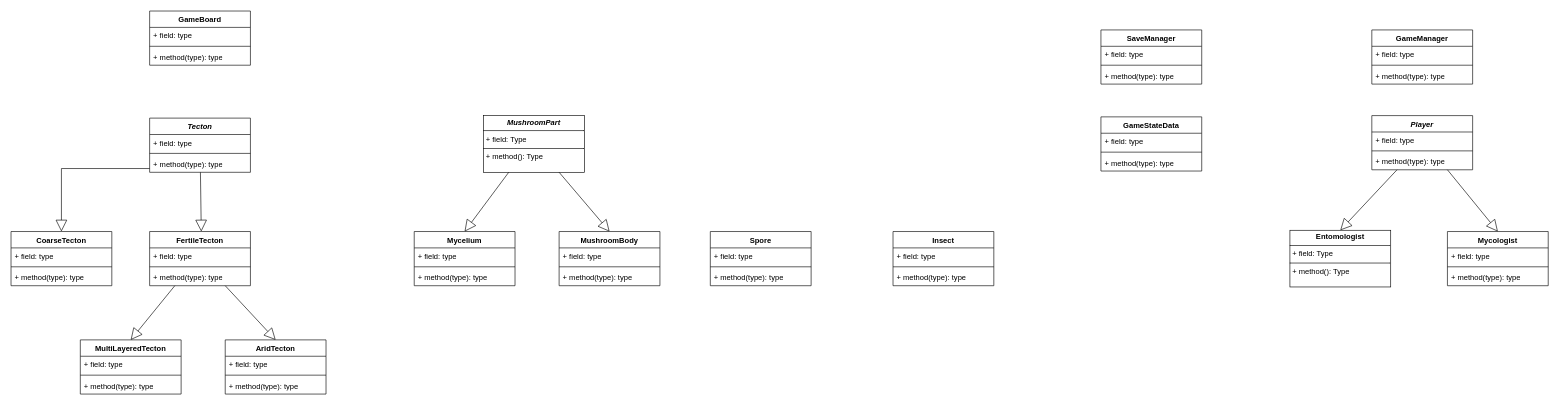
The draw.io diagram Fungrorium_ClassDiagram.drawio in koharzsombor/bandITs, before the edit. Source tidied: cells renumbered, new cells numbered last; positions are measured from the earlier drawing's top-left corner, leaving out a move shared by most shapes. Both pictures are drawn from the tidied source at 63%, with x=0, y=0 at pixel (11, 11).
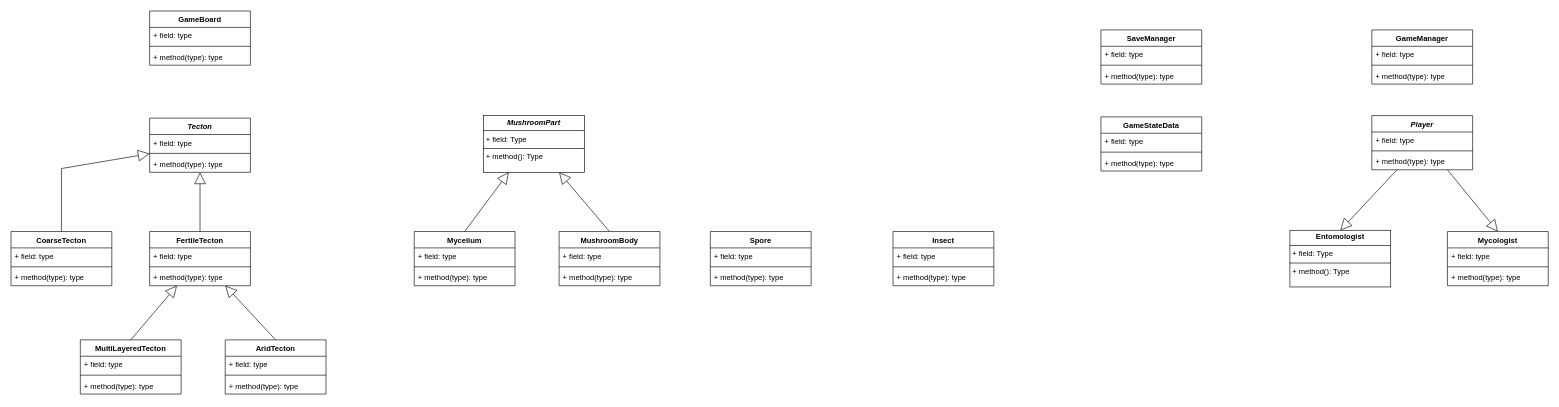
After the change.

Commit message:
#8 Statikus diagramm frissitve

The change refers to these unchanged cells:
```xml
<mxCell id="2" value="&lt;i&gt;Tecton&lt;/i&gt;" style="swimlane;fontStyle=1;align=center;verticalAlign=top;horizontal=1;startSize=26;whiteSpace=wrap;html=1;" parent="1" vertex="1">
  <mxGeometry x="220" y="170" width="160" height="86" as="geometry" />
</mxCell>
<mxCell id="6" value="CoarseTecton" style="swimlane;fontStyle=1;align=center;verticalAlign=top;horizontal=1;startSize=26;whiteSpace=wrap;html=1;" parent="1" vertex="1">
  <mxGeometry y="350" width="160" height="86" as="geometry" />
</mxCell>
<mxCell id="10" value="FertileTecton" style="swimlane;fontStyle=1;align=center;verticalAlign=top;horizontal=1;startSize=26;whiteSpace=wrap;html=1;" parent="1" vertex="1">
  <mxGeometry x="220" y="350" width="160" height="86" as="geometry" />
</mxCell>
<mxCell id="16" value="MultiLayeredTecton" style="swimlane;fontStyle=1;align=center;verticalAlign=top;horizontal=1;startSize=26;whiteSpace=wrap;html=1;" parent="1" vertex="1">
  <mxGeometry x="110" y="522" width="160" height="86" as="geometry" />
</mxCell>
<mxCell id="20" value="AridTecton" style="swimlane;fontStyle=1;align=center;verticalAlign=top;horizontal=1;startSize=26;whiteSpace=wrap;html=1;" parent="1" vertex="1">
  <mxGeometry x="340" y="522" width="160" height="86" as="geometry" />
</mxCell>
<mxCell id="26" value="&lt;p style=&quot;margin:0px;margin-top:4px;text-align:center;&quot;&gt;&lt;b&gt;&lt;i&gt;MushroomPart&lt;/i&gt;&lt;/b&gt;&lt;/p&gt;&lt;hr size=&quot;1&quot; style=&quot;border-style:solid;&quot;&gt;&lt;p style=&quot;margin:0px;margin-left:4px;&quot;&gt;+ field: Type&lt;/p&gt;&lt;hr size=&quot;1&quot; style=&quot;border-style:solid;&quot;&gt;&lt;p style=&quot;margin:0px;margin-left:4px;&quot;&gt;+ method(): Type&lt;/p&gt;" style="verticalAlign=top;align=left;overflow=fill;html=1;whiteSpace=wrap;" parent="1" vertex="1">
  <mxGeometry x="750" y="166" width="160" height="90" as="geometry" />
</mxCell>
<mxCell id="28" value="Mycelium" style="swimlane;fontStyle=1;align=center;verticalAlign=top;horizontal=1;startSize=26;whiteSpace=wrap;html=1;" parent="1" vertex="1">
  <mxGeometry x="640" y="350" width="160" height="86" as="geometry" />
</mxCell>
<mxCell id="32" value="MushroomBody" style="swimlane;fontStyle=1;align=center;verticalAlign=top;horizontal=1;startSize=26;whiteSpace=wrap;html=1;" parent="1" vertex="1">
  <mxGeometry x="870" y="350" width="160" height="86" as="geometry" />
</mxCell>
```

The edit, as a diff of the source:
```diff
@@
-    <mxCell id="14" style="endArrow=block;endSize=16;endFill=0;html=1;rounded=0;entryX=0.5;entryY=0;entryDx=0;entryDy=0;" parent="1" edge="1" target="6">
+    <mxCell id="14" style="endArrow=block;endSize=16;endFill=0;html=1;rounded=0;exitX=0.5;exitY=0;exitDx=0;exitDy=0;" parent="1" edge="1" source="6" target="2">
       <mxGeometry relative="1" as="geometry">
-        <mxPoint x="220" y="250" as="sourcePoint" />
         <Array as="points">
           <mxPoint x="80" y="250" />
         </Array>
       </mxGeometry>
     </mxCell>
-    <mxCell id="15" style="endArrow=block;endSize=16;endFill=0;html=1;rounded=0;" parent="1" edge="1" source="2">
-      <mxGeometry relative="1" as="geometry">
-        <mxPoint x="302" y="350" as="targetPoint" />
-      </mxGeometry>
+    <mxCell id="15" style="endArrow=block;endSize=16;endFill=0;html=1;rounded=0;exitX=0.5;exitY=0;exitDx=0;exitDy=0;" parent="1" edge="1" source="10" target="2">
+      <mxGeometry relative="1" as="geometry" />
     </mxCell>
@@
-    <mxCell id="24" style="endArrow=block;endSize=16;endFill=0;html=1;rounded=0;entryX=0.5;entryY=0;entryDx=0;entryDy=0;exitX=0.75;exitY=1;exitDx=0;exitDy=0;" parent="1" edge="1" source="10" target="20">
+    <mxCell id="24" style="endArrow=block;endSize=16;endFill=0;html=1;rounded=0;exitX=0.5;exitY=0;exitDx=0;exitDy=0;" parent="1" edge="1" source="20" target="10">
       <mxGeometry relative="1" as="geometry" />
     </mxCell>
-    <mxCell id="25" style="endArrow=block;endSize=16;endFill=0;html=1;rounded=0;entryX=0.5;entryY=0;entryDx=0;entryDy=0;exitX=0.25;exitY=1;exitDx=0;exitDy=0;" parent="1" edge="1" source="10" target="16">
+    <mxCell id="25" style="endArrow=block;endSize=16;endFill=0;html=1;rounded=0;exitX=0.5;exitY=0;exitDx=0;exitDy=0;" parent="1" edge="1" source="16" target="10">
       <mxGeometry relative="1" as="geometry" />
     </mxCell>
@@
-    <mxCell id="36" style="endArrow=block;endSize=16;endFill=0;html=1;rounded=0;entryX=0.5;entryY=0;entryDx=0;entryDy=0;exitX=0.75;exitY=1;exitDx=0;exitDy=0;" parent="1" edge="1" source="26" target="32">
+    <mxCell id="36" style="endArrow=block;endSize=16;endFill=0;html=1;rounded=0;exitX=0.5;exitY=0;exitDx=0;exitDy=0;entryX=0.75;entryY=1;entryDx=0;entryDy=0;" parent="1" edge="1" source="32" target="26">
       <mxGeometry relative="1" as="geometry" />
     </mxCell>
-    <mxCell id="37" style="endArrow=block;endSize=16;endFill=0;html=1;rounded=0;entryX=0.5;entryY=0;entryDx=0;entryDy=0;exitX=0.25;exitY=1;exitDx=0;exitDy=0;" parent="1" edge="1" source="26" target="28">
+    <mxCell id="37" style="endArrow=block;endSize=16;endFill=0;html=1;rounded=0;exitX=0.5;exitY=0;exitDx=0;exitDy=0;entryX=0.25;entryY=1;entryDx=0;entryDy=0;" parent="1" edge="1" source="28" target="26">
       <mxGeometry relative="1" as="geometry" />
     </mxCell>
```
